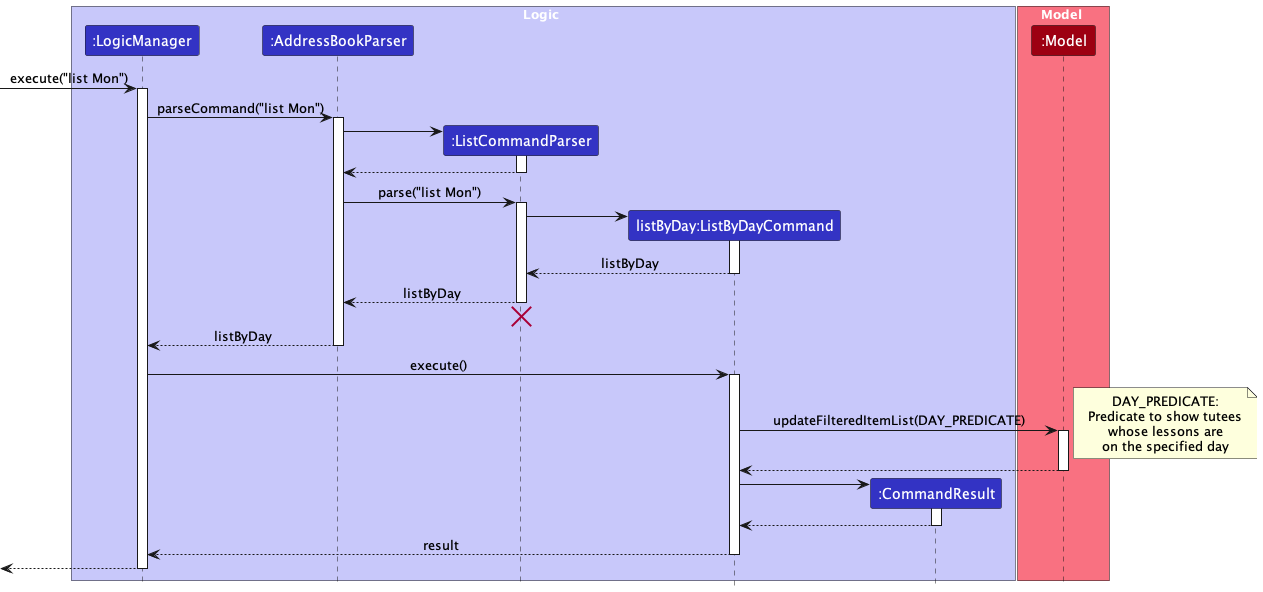
Earlier version of the PlantUML export docs/images/ListByDaySequenceDiagram.png (nus-cs2103-AY2324S1/tp).
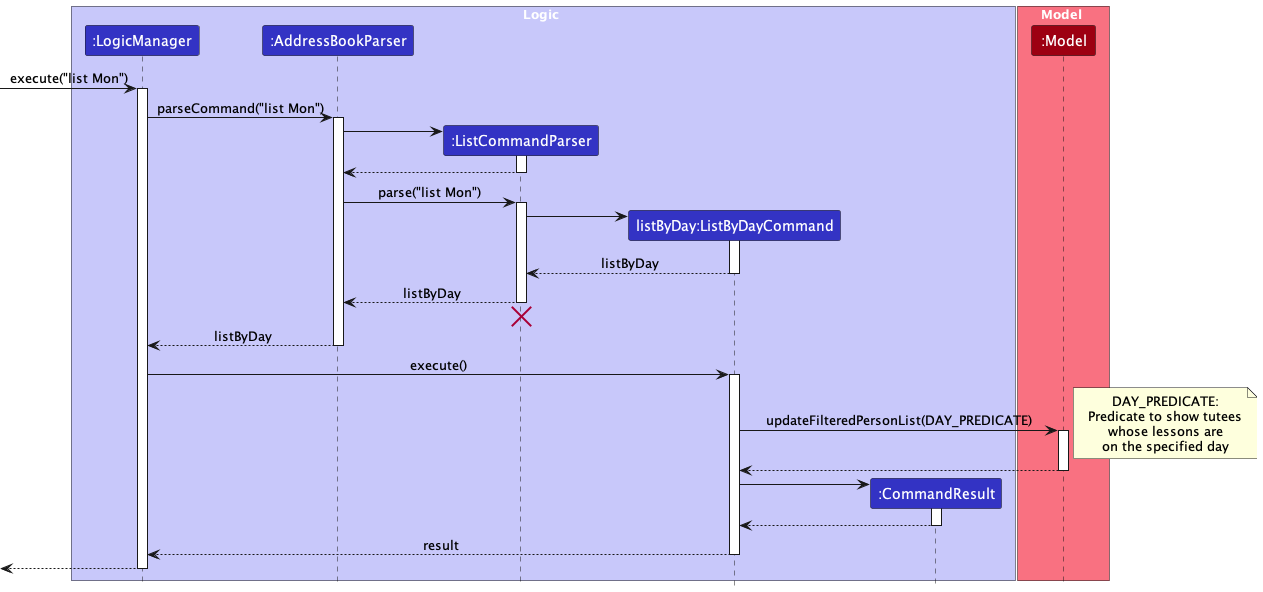
Later version of the same file.

Diff of the diagram source:
```diff
@@ -48,7 +48,7 @@
 LogicManager -> ListByDayCommand : execute()
 activate ListByDayCommand
 
-ListByDayCommand -> Model : updateFilteredItemList(DAY_PREDICATE)
+ListByDayCommand -> Model : updateFilteredPersonList(DAY_PREDICATE)
 
 note right
 DAY_PREDICATE:
```
